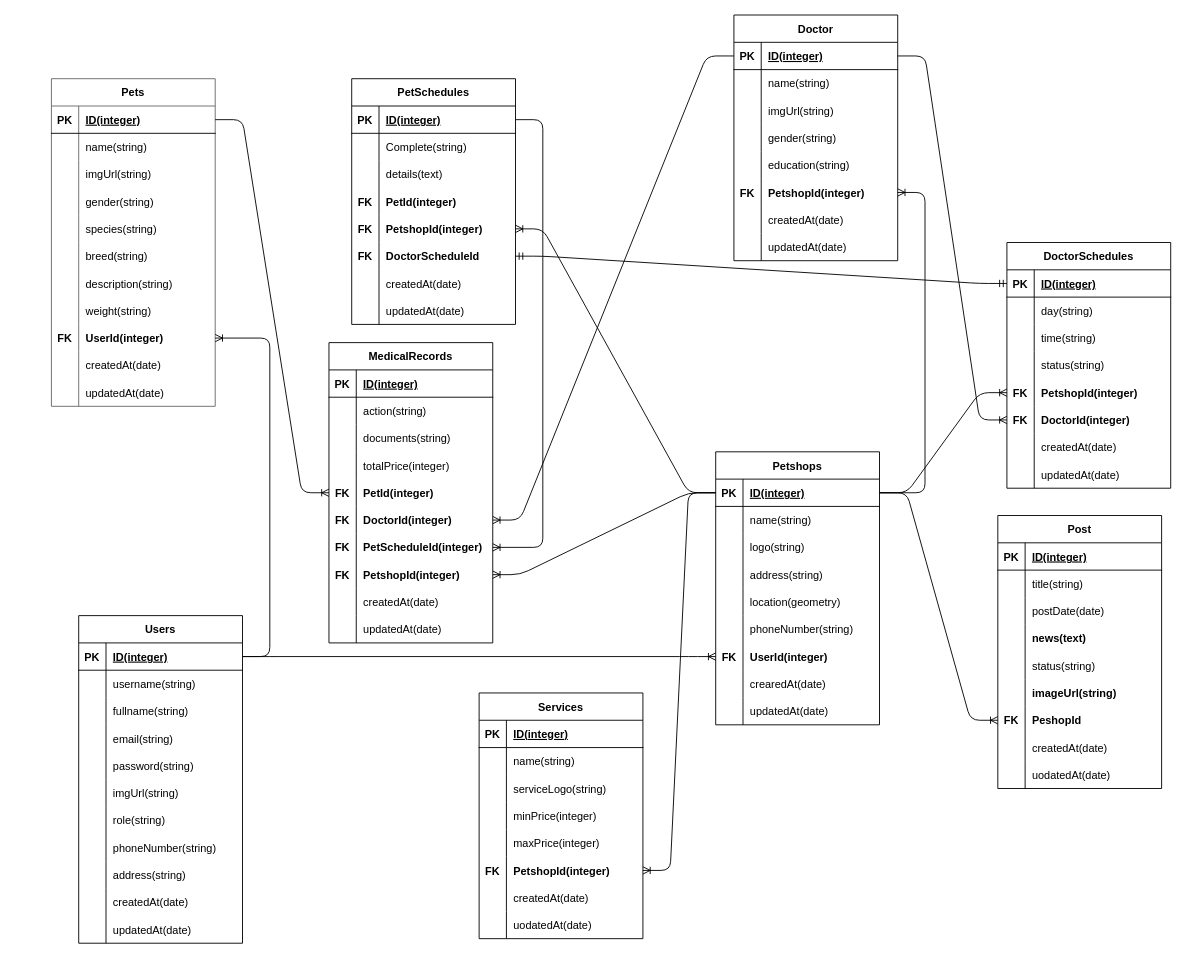
Pet-Plus-Hackiv8/fsjs-t1-final-server keeps this draw.io diagram as petPlus.drawio. Above is the earlier version. Source tidied: cells renumbered, new cells numbered last; positions are measured from the earlier drawing's top-left corner, leaving out a move shared by most shapes. Both pictures are drawn from the tidied source at 91%, with x=0, y=0 at pixel (51, 15).
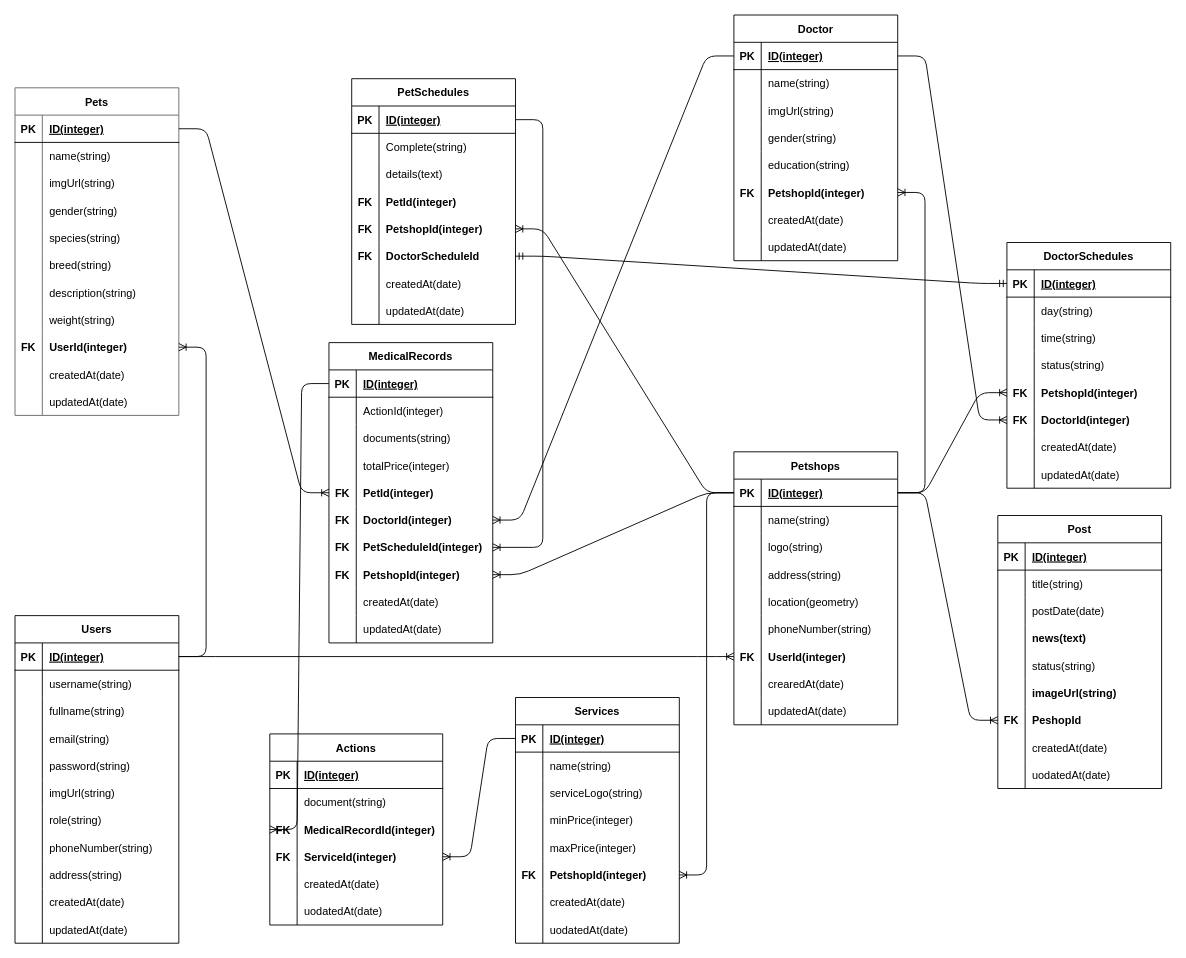
After the change.

Commit message:
added action table to ERD

Unchanged cells that the change refers to:
```xml
<mxCell id="149" style="shape=tableRow;horizontal=0;startSize=0;swimlaneHead=0;swimlaneBody=0;fillColor=none;points=[[0,0.5],[1,0.5]];portConstraint=eastwest;top=0;left=0;right=0;bottom=1;" parent="148" vertex="1">
  <mxGeometry y="30" width="180" height="30" as="geometry" />
</mxCell>
<mxCell id="152" style="shape=tableRow;horizontal=0;startSize=0;swimlaneHead=0;swimlaneBody=0;fillColor=none;top=0;left=0;right=0;bottom=0;" parent="148" vertex="1">
  <mxGeometry y="60" width="180" height="30" as="geometry" />
</mxCell>
<mxCell id="180" style="shape=tableRow;horizontal=0;startSize=0;swimlaneHead=0;swimlaneBody=0;fillColor=none;points=[[0,0.5],[1,0.5]];portConstraint=eastwest;top=0;left=0;right=0;bottom=1;" parent="179" vertex="1">
  <mxGeometry y="30" width="180" height="30" as="geometry" />
</mxCell>
```

Diff of the diagram source:
```diff
@@
     <mxCell id="2" value="Users" style="shape=table;startSize=30;childLayout=tableLayout;rowLines=0;fontStyle=1;align=center;" parent="1" vertex="1">
-      <mxGeometry x="30" y="660" width="180" height="360" as="geometry" />
+      <mxGeometry x="-40" y="660" width="180" height="360" as="geometry" />
     </mxCell>
@@
     <mxCell id="36" value="Pets" style="shape=table;startSize=30;childLayout=tableLayout;rowLines=0;fontStyle=1;align=center;fillColor=none;strokeColor=#666666;" parent="1" vertex="1">
-      <mxGeometry y="70" width="180" height="360" as="geometry" />
+      <mxGeometry x="-40" y="80" width="180" height="360" as="geometry" />
     </mxCell>
@@
     <mxCell id="70" value="Petshops" style="shape=table;startSize=30;childLayout=tableLayout;rowLines=0;fontStyle=1;align=center;" parent="1" vertex="1">
-      <mxGeometry x="730" y="480" width="180" height="300" as="geometry" />
+      <mxGeometry x="750" y="480" width="180" height="300" as="geometry" />
     </mxCell>
@@
-    <mxCell id="154" value="action(string)" style="shape=partialRectangle;fillColor=none;top=0;left=0;bottom=0;right=0;align=left;spacingLeft=6;overflow=hidden;" parent="152" vertex="1">
+    <mxCell id="154" value="ActionId(integer)" style="shape=partialRectangle;fillColor=none;top=0;left=0;bottom=0;right=0;align=left;spacingLeft=6;overflow=hidden;" parent="152" vertex="1">
       <mxGeometry x="30" width="150" height="30" as="geometry" />
     </mxCell>
@@
     <mxCell id="179" value="Services" style="shape=table;startSize=30;childLayout=tableLayout;rowLines=0;fontStyle=1;align=center;" parent="1" vertex="1">
-      <mxGeometry x="470" y="745" width="180" height="270" as="geometry" />
+      <mxGeometry x="510" y="750" width="180" height="270" as="geometry" />
     </mxCell>
@@
+    <mxCell id="270" value="Actions" style="shape=table;startSize=30;childLayout=tableLayout;rowLines=0;fontStyle=1;align=center;" parent="1" vertex="1">
+      <mxGeometry x="240" y="790" width="190" height="210" as="geometry" />
+    </mxCell>
+    <mxCell id="271" style="shape=tableRow;horizontal=0;startSize=0;swimlaneHead=0;swimlaneBody=0;fillColor=none;top=0;left=0;right=0;bottom=1;" parent="270" vertex="1">
+      <mxGeometry y="30" width="190" height="30" as="geometry" />
+    </mxCell>
+    <mxCell id="272" value="PK" style="shape=partialRectangle;fillColor=none;top=0;left=0;bottom=0;right=0;fontStyle=1;overflow=hidden;" parent="271" vertex="1">
+      <mxGeometry width="30" height="30" as="geometry" />
+    </mxCell>
+    <mxCell id="273" value="ID(integer)" style="shape=partialRectangle;fillColor=none;top=0;left=0;bottom=0;right=0;align=left;spacingLeft=6;fontStyle=5;overflow=hidden;" parent="271" vertex="1">
+      <mxGeometry x="30" width="160" height="30" as="geometry" />
+    </mxCell>
+    <mxCell id="274" style="shape=tableRow;horizontal=0;startSize=0;swimlaneHead=0;swimlaneBody=0;fillColor=none;top=0;left=0;right=0;bottom=0;" parent="270" vertex="1">
+      <mxGeometry y="60" width="190" height="30" as="geometry" />
+    </mxCell>
+    <mxCell id="275" style="shape=partialRectangle;fillColor=none;top=0;left=0;bottom=0;right=0;overflow=hidden;" parent="274" vertex="1">
+      <mxGeometry width="30" height="30" as="geometry" />
+    </mxCell>
+    <mxCell id="276" value="document(string)" style="shape=partialRectangle;fillColor=none;top=0;left=0;bottom=0;right=0;align=left;spacingLeft=6;overflow=hidden;" parent="274" vertex="1">
+      <mxGeometry x="30" width="160" height="30" as="geometry" />
+    </mxCell>
+    <mxCell id="277" style="shape=tableRow;horizontal=0;startSize=0;swimlaneHead=0;swimlaneBody=0;fillColor=none;points=[[0,0.5],[1,0.5]];portConstraint=eastwest;top=0;left=0;right=0;bottom=0;fontStyle=0;" parent="270" vertex="1">
+      <mxGeometry y="90" width="190" height="30" as="geometry" />
+    </mxCell>
+    <mxCell id="278" value="FK" style="shape=partialRectangle;fillColor=none;top=0;left=0;bottom=0;right=0;overflow=hidden;fontStyle=1;" parent="277" vertex="1">
+      <mxGeometry width="30" height="30" as="geometry" />
+    </mxCell>
+    <mxCell id="279" value="MedicalRecordId(integer)" style="shape=partialRectangle;fillColor=none;top=0;left=0;bottom=0;right=0;align=left;spacingLeft=6;overflow=hidden;fontStyle=1;" parent="277" vertex="1">
+      <mxGeometry x="30" width="160" height="30" as="geometry" />
+    </mxCell>
+    <mxCell id="280" style="shape=tableRow;horizontal=0;startSize=0;swimlaneHead=0;swimlaneBody=0;fillColor=none;points=[[0,0.5],[1,0.5]];portConstraint=eastwest;top=0;left=0;right=0;bottom=0;" parent="270" vertex="1">
+      <mxGeometry y="120" width="190" height="30" as="geometry" />
+    </mxCell>
+    <mxCell id="281" value="FK" style="shape=partialRectangle;fillColor=none;top=0;left=0;bottom=0;right=0;overflow=hidden;fontStyle=1;" parent="280" vertex="1">
+      <mxGeometry width="30" height="30" as="geometry" />
+    </mxCell>
+    <mxCell id="282" value="ServiceId(integer)" style="shape=partialRectangle;fillColor=none;top=0;left=0;bottom=0;right=0;align=left;spacingLeft=6;overflow=hidden;fontStyle=1;" parent="280" vertex="1">
+      <mxGeometry x="30" width="160" height="30" as="geometry" />
+    </mxCell>
+    <mxCell id="283" style="shape=tableRow;horizontal=0;startSize=0;swimlaneHead=0;swimlaneBody=0;fillColor=none;top=0;left=0;right=0;bottom=0;" parent="270" vertex="1">
+      <mxGeometry y="150" width="190" height="30" as="geometry" />
+    </mxCell>
+    <mxCell id="284" style="shape=partialRectangle;fillColor=none;top=0;left=0;bottom=0;right=0;overflow=hidden;" parent="283" vertex="1">
+      <mxGeometry width="30" height="30" as="geometry" />
+    </mxCell>
+    <mxCell id="285" value="createdAt(date)" style="shape=partialRectangle;fillColor=none;top=0;left=0;bottom=0;right=0;align=left;spacingLeft=6;overflow=hidden;" parent="283" vertex="1">
+      <mxGeometry x="30" width="160" height="30" as="geometry" />
+    </mxCell>
+    <mxCell id="286" style="shape=tableRow;horizontal=0;startSize=0;swimlaneHead=0;swimlaneBody=0;fillColor=none;top=0;left=0;right=0;bottom=0;" parent="270" vertex="1">
+      <mxGeometry y="180" width="190" height="30" as="geometry" />
+    </mxCell>
+    <mxCell id="287" style="shape=partialRectangle;fillColor=none;top=0;left=0;bottom=0;right=0;overflow=hidden;" parent="286" vertex="1">
+      <mxGeometry width="30" height="30" as="geometry" />
+    </mxCell>
+    <mxCell id="288" value="uodatedAt(date)" style="shape=partialRectangle;fillColor=none;top=0;left=0;bottom=0;right=0;align=left;spacingLeft=6;overflow=hidden;" parent="286" vertex="1">
+      <mxGeometry x="30" width="160" height="30" as="geometry" />
+    </mxCell>
+    <mxCell id="289" style="edgeStyle=entityRelationEdgeStyle;fontSize=12;html=1;endArrow=ERoneToMany;exitX=0;exitY=0.5;exitDx=0;exitDy=0;entryX=0;entryY=0.5;entryDx=0;entryDy=0;" parent="1" edge="1" source="149" target="277">
+      <mxGeometry relative="1" as="geometry" />
+    </mxCell>
+    <mxCell id="290" style="edgeStyle=entityRelationEdgeStyle;fontSize=12;html=1;endArrow=ERoneToMany;entryX=1;entryY=0.5;entryDx=0;entryDy=0;exitX=0;exitY=0.5;exitDx=0;exitDy=0;" parent="1" edge="1" source="180" target="280">
+      <mxGeometry relative="1" as="geometry" />
+    </mxCell>
```
